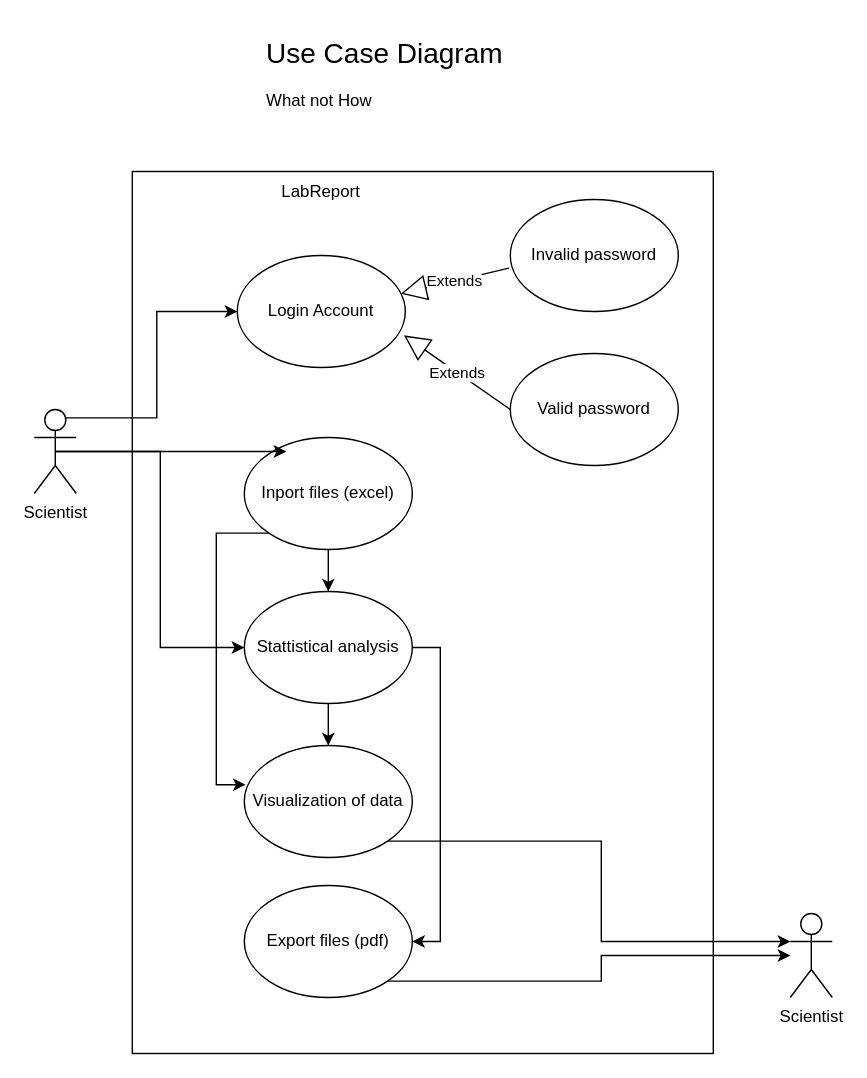
AngelinaEiras/LabReport keeps this draw.io diagram as page "Use-cases" (1 of 6) of doc/diagrams/diagrams.drawio. Above is the earlier version. Source tidied: cells renumbered, new cells numbered last; positions are measured from the earlier drawing's top-left corner, leaving out a move shared by most shapes. Both pictures are drawn from the tidied source at 140%, with x=0, y=0 at pixel (-20, 24).
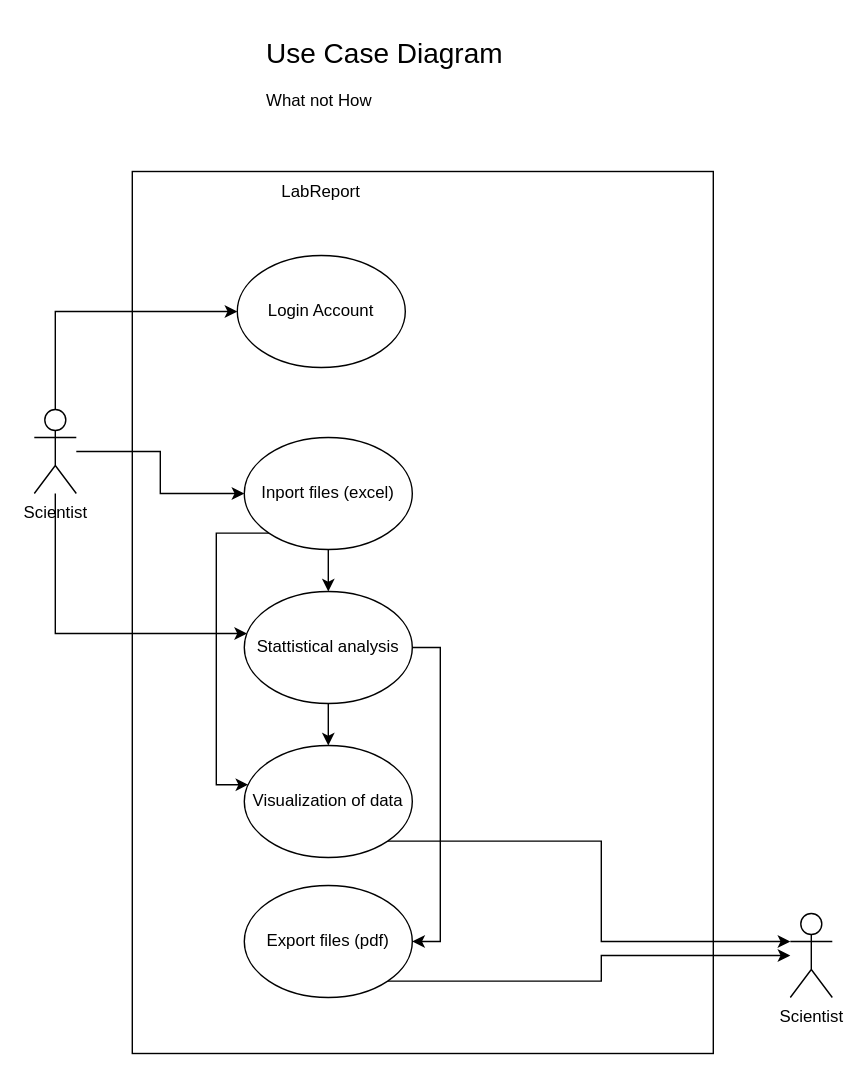
The same diagram, later.

Unchanged cells that the change refers to:
```xml
<mxCell id="6" value="Inport files (excel)" style="ellipse;whiteSpace=wrap;html=1;" parent="1" vertex="1">
  <mxGeometry x="188" y="295" width="120" height="80" as="geometry" />
</mxCell>
<mxCell id="10" value="Visualization of data" style="ellipse;whiteSpace=wrap;html=1;" parent="1" vertex="1">
  <mxGeometry x="188" y="515" width="120" height="80" as="geometry" />
</mxCell>
<mxCell id="13" value="Stattistical analysis" style="ellipse;whiteSpace=wrap;html=1;" parent="1" vertex="1">
  <mxGeometry x="188" y="405" width="120" height="80" as="geometry" />
</mxCell>
<mxCell id="17" value="Scientist" style="shape=umlActor;verticalLabelPosition=bottom;verticalAlign=top;html=1;outlineConnect=0;" parent="1" vertex="1">
  <mxGeometry x="38" y="275" width="30" height="60" as="geometry" />
</mxCell>
<mxCell id="19" value="Login Account" style="ellipse;whiteSpace=wrap;html=1;" parent="1" vertex="1">
  <mxGeometry x="183" y="165" width="120" height="80" as="geometry" />
</mxCell>
```

The edit, as a diff of the source:
```diff
@@
-    <mxCell id="5" style="edgeStyle=orthogonalEdgeStyle;rounded=0;jettySize=auto;html=1;exitX=0;exitY=1;exitDx=0;exitDy=0;entryX=0.008;entryY=0.35;entryDx=0;entryDy=0;entryPerimeter=0;" parent="1" edge="1" source="6" target="10">
+    <mxCell id="5" style="edgeStyle=orthogonalEdgeStyle;rounded=0;jettySize=auto;html=1;exitX=0;exitY=1;exitDx=0;exitDy=0;" parent="1" edge="1" source="6" target="10">
       <mxGeometry relative="1" as="geometry">
         <Array as="points">
           <mxPoint x="168" y="363" />
           <mxPoint x="168" y="543" />
         </Array>
       </mxGeometry>
     </mxCell>
@@
-    <mxCell id="11" style="edgeStyle=orthogonalEdgeStyle;rounded=0;jettySize=auto;html=1;exitX=0.5;exitY=1;exitDx=0;exitDy=0;entryX=0.5;entryY=0;entryDx=0;entryDy=0;" parent="1" edge="1" source="13" target="10">
+    <mxCell id="11" style="edgeStyle=orthogonalEdgeStyle;rounded=0;jettySize=auto;html=1;" parent="1" edge="1" source="13" target="10">
       <mxGeometry relative="1" as="geometry" />
     </mxCell>
@@
-    <mxCell id="14" style="edgeStyle=orthogonalEdgeStyle;rounded=0;jettySize=auto;html=1;exitX=0.5;exitY=0.5;exitDx=0;exitDy=0;exitPerimeter=0;entryX=0.25;entryY=0.125;entryDx=0;entryDy=0;entryPerimeter=0;" parent="1" edge="1" source="17" target="6">
+    <mxCell id="14" style="edgeStyle=orthogonalEdgeStyle;rounded=0;jettySize=auto;html=1;" parent="1" edge="1" source="17" target="6">
       <mxGeometry relative="1" as="geometry" />
     </mxCell>
-    <mxCell id="15" style="edgeStyle=orthogonalEdgeStyle;rounded=0;jettySize=auto;html=1;exitX=0.5;exitY=0.5;exitDx=0;exitDy=0;exitPerimeter=0;entryX=0;entryY=0.5;entryDx=0;entryDy=0;" parent="1" edge="1" source="17" target="13">
-      <mxGeometry relative="1" as="geometry" />
+    <mxCell id="15" style="edgeStyle=orthogonalEdgeStyle;rounded=0;jettySize=auto;html=1;" parent="1" edge="1" source="17" target="13">
+      <mxGeometry relative="1" as="geometry">
+        <Array as="points">
+          <mxPoint x="53" y="435" />
+        </Array>
+      </mxGeometry>
     </mxCell>
-    <mxCell id="16" style="edgeStyle=orthogonalEdgeStyle;rounded=0;jettySize=auto;html=1;exitX=0.75;exitY=0.1;exitDx=0;exitDy=0;exitPerimeter=0;entryX=0;entryY=0.5;entryDx=0;entryDy=0;" parent="1" edge="1" source="17" target="19">
-      <mxGeometry relative="1" as="geometry" />
+    <mxCell id="16" style="edgeStyle=orthogonalEdgeStyle;rounded=0;jettySize=auto;html=1;" parent="1" edge="1" source="17" target="19">
+      <mxGeometry relative="1" as="geometry">
+        <Array as="points">
+          <mxPoint x="53" y="205" />
+        </Array>
+      </mxGeometry>
     </mxCell>
@@
-    <mxCell id="20" value="Invalid password" style="ellipse;whiteSpace=wrap;html=1;" parent="1" vertex="1">
-      <mxGeometry x="378" y="125" width="120" height="80" as="geometry" />
-    </mxCell>
-    <mxCell id="21" value="Valid password" style="ellipse;whiteSpace=wrap;html=1;" parent="1" vertex="1">
-      <mxGeometry x="378" y="235" width="120" height="80" as="geometry" />
-    </mxCell>
-    <mxCell id="22" value="Extends" style="endArrow=block;endSize=16;endFill=0;html=1;rounded=0;exitX=-0.008;exitY=0.613;exitDx=0;exitDy=0;exitPerimeter=0;" parent="1" edge="1" source="20" target="19">
-      <mxGeometry relative="1" as="geometry" />
-    </mxCell>
-    <mxCell id="23" value="Extends" style="endArrow=block;endSize=16;endFill=0;html=1;rounded=0;exitX=0;exitY=0.5;exitDx=0;exitDy=0;entryX=0.992;entryY=0.713;entryDx=0;entryDy=0;entryPerimeter=0;" parent="1" edge="1" source="21" target="19">
-      <mxGeometry relative="1" as="geometry" />
-    </mxCell>
```
